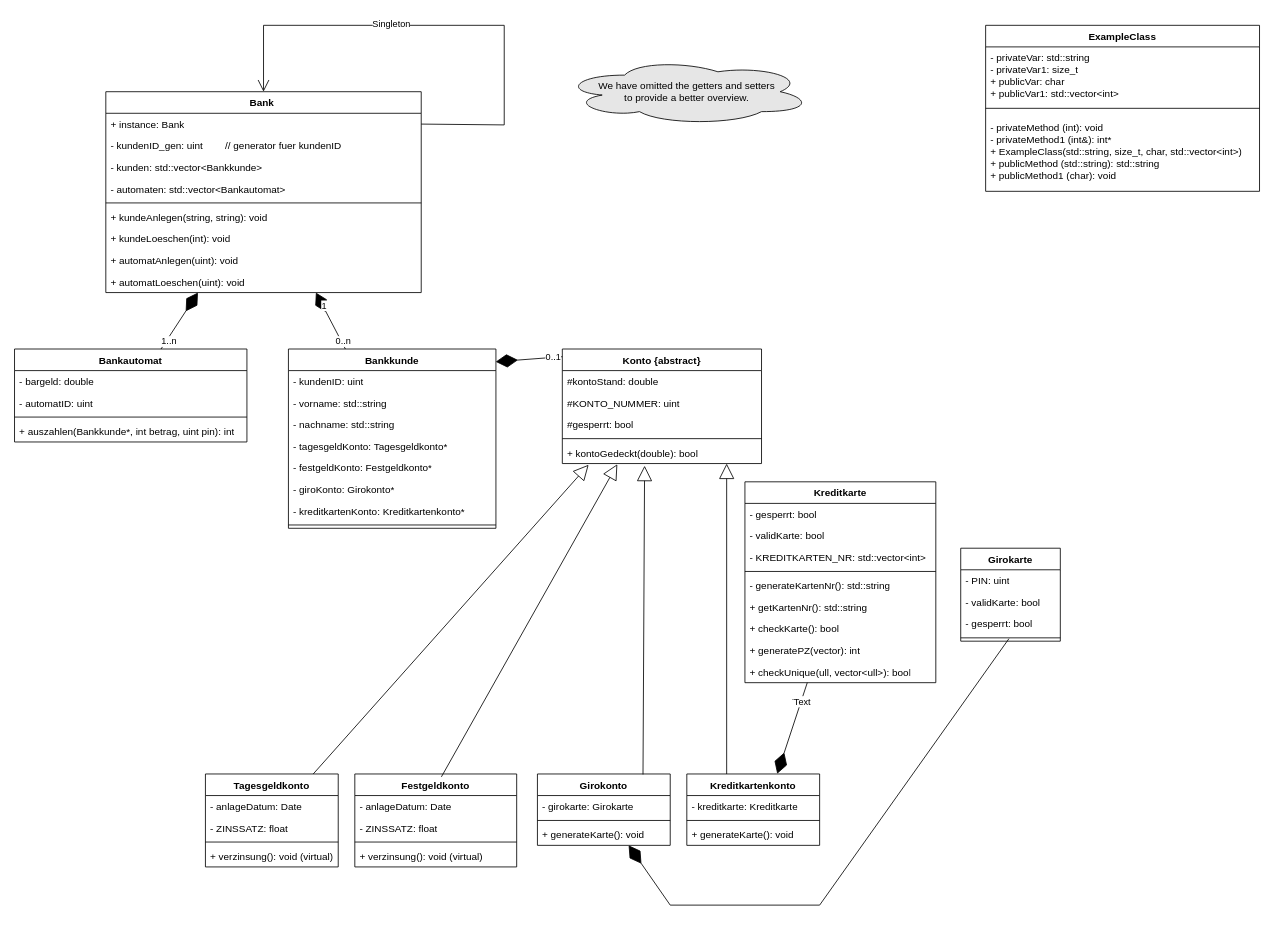
krob64/kt-bank keeps this draw.io diagram as kt-bank_UML_v0_5.drawio. Above is the earlier version. Source tidied: cells renumbered, new cells numbered last; positions are measured from the earlier drawing's top-left corner, leaving out a move shared by most shapes. Both pictures are drawn from the tidied source at 83%, with x=0, y=0 at pixel (14, 25).
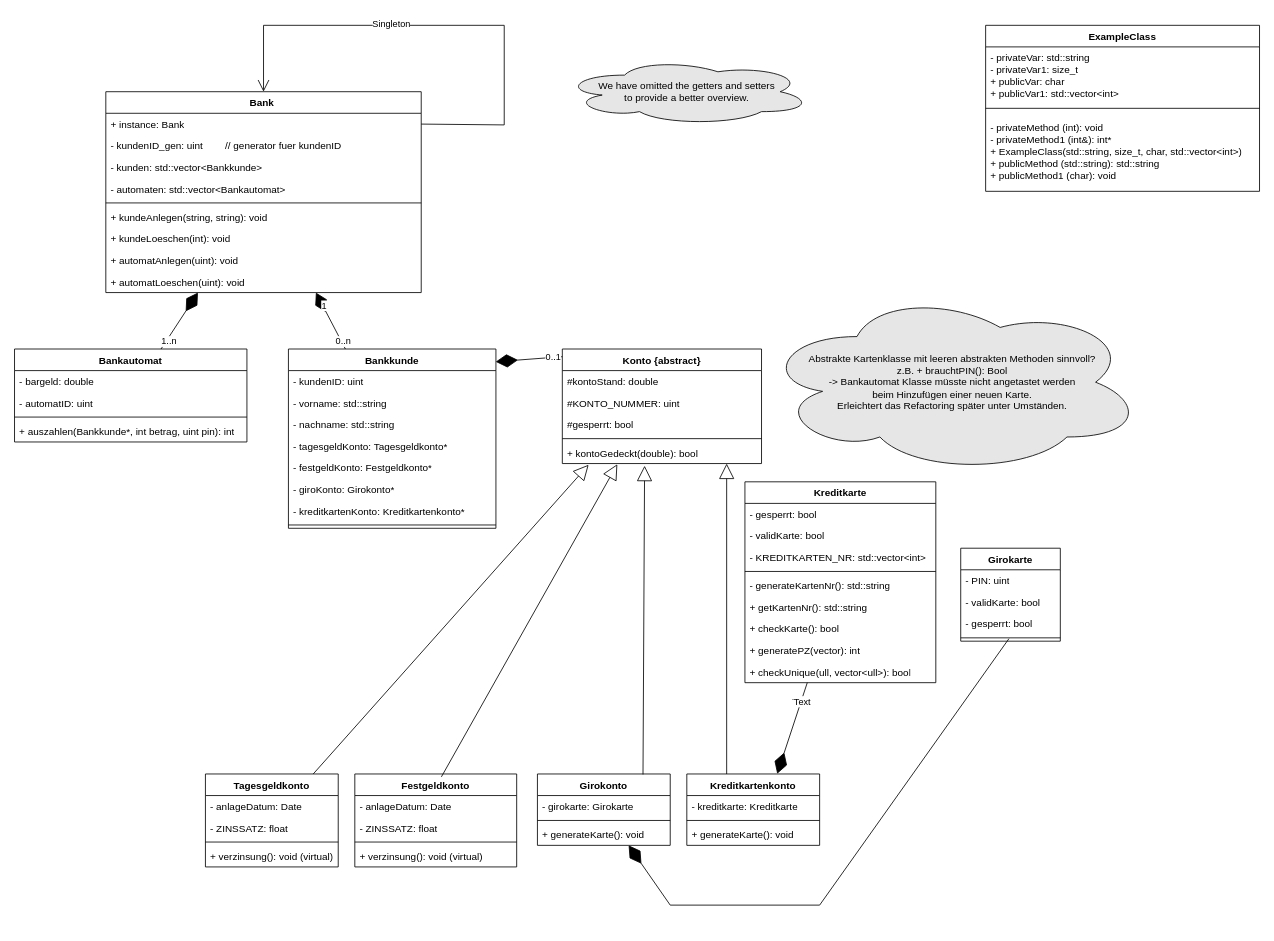
Above is the later version.

Diff of the diagram source:
```diff
@@
+    <mxCell id="88" value="Abstrakte Kartenklasse mit leeren abstrakten Methoden sinnvoll?&lt;br&gt;z.B. + brauchtPIN(): Bool&lt;br&gt;-&amp;gt; Bankautomat Klasse müsste nicht angetastet werden&lt;br&gt;beim Hinzufügen einer neuen Karte.&lt;br&gt;Erleichtert das Refactoring später unter Umständen." style="ellipse;shape=cloud;whiteSpace=wrap;html=1;fillColor=#E6E6E6;" parent="1" vertex="1">
+      <mxGeometry x="900" y="320" width="460" height="220" as="geometry" />
+    </mxCell>
```
